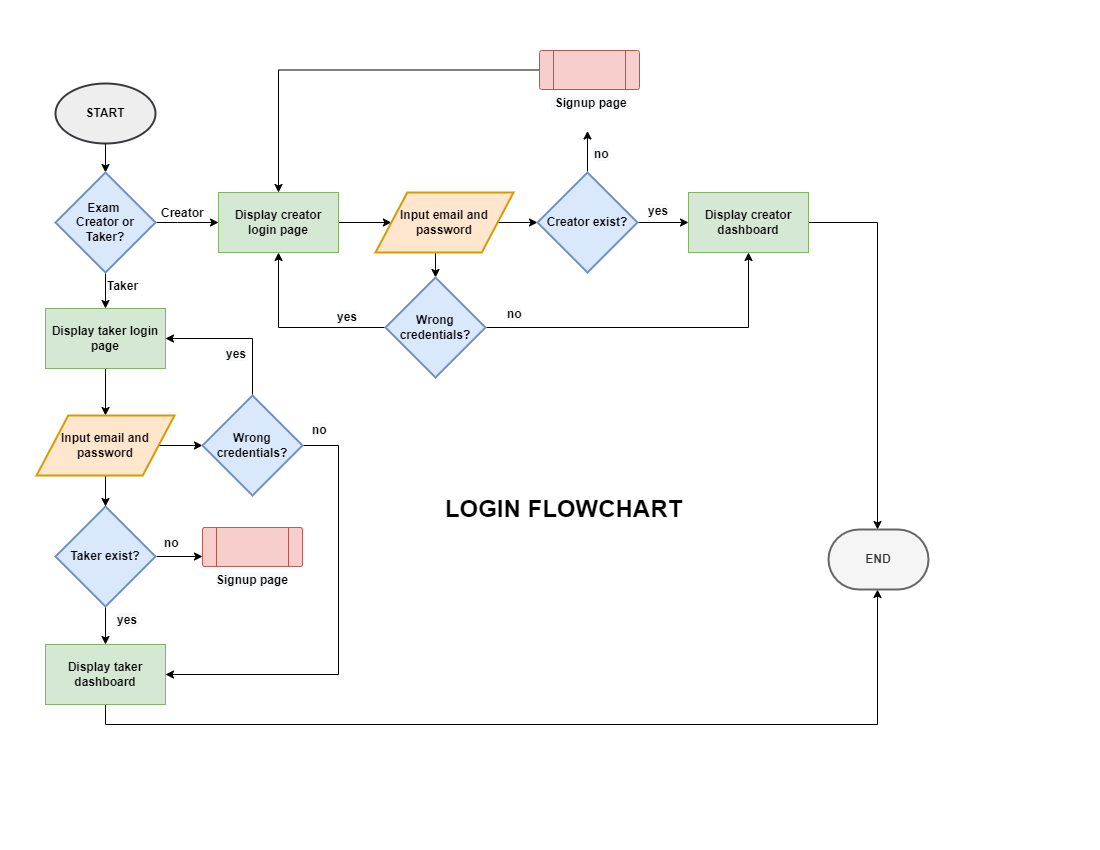
Earlier version of the draw.io export Gallardo/OnlineExam/Online exam flowchart-LOGIN FLOWCHART.drawio (1).png (walteribloguintoledo/PUP2022). Source tidied: cells renumbered, new cells last; positions are measured from the earlier drawing's top-left corner, leaving out a move shared by most shapes.
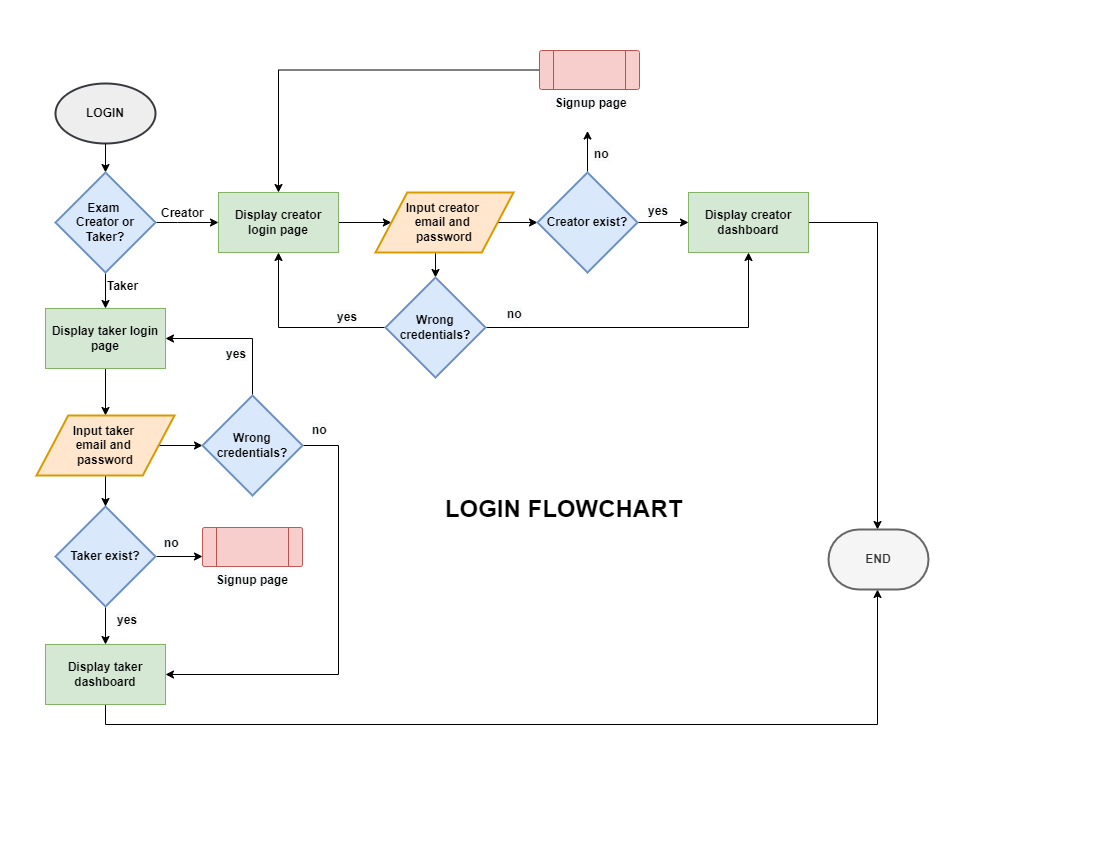
The same diagram one commit later.

Change to the diagram source:
```diff
@@ -2,7 +2,7 @@
   <root>
     <mxCell id="0" />
     <mxCell id="1" parent="0" />
-    <mxCell id="2" value="&lt;b&gt;START&lt;/b&gt;" style="strokeWidth=2;html=1;shape=mxgraph.flowchart.start_1;whiteSpace=wrap;fillColor=#eeeeee;strokeColor=#36393d;" parent="1" vertex="1">
+    <mxCell id="2" value="&lt;b&gt;LOGIN&lt;/b&gt;" style="strokeWidth=2;html=1;shape=mxgraph.flowchart.start_1;whiteSpace=wrap;fillColor=#eeeeee;strokeColor=#36393d;" parent="1" vertex="1">
       <mxGeometry x="19" y="33" width="100" height="60" as="geometry" />
     </mxCell>
     <mxCell id="3" style="endArrow=classic;html=1;rounded=0;exitX=0.5;exitY=1;exitDx=0;exitDy=0;exitPerimeter=0;entryX=0.5;entryY=0;entryDx=0;entryDy=0;entryPerimeter=0;" parent="1" edge="1" source="2" target="6">
@@ -46,7 +46,7 @@
     <mxCell id="14" style="edgeStyle=orthogonalEdgeStyle;rounded=0;jettySize=auto;html=1;exitX=0.5;exitY=1;exitDx=0;exitDy=0;entryX=0.5;entryY=0;entryDx=0;entryDy=0;entryPerimeter=0;" parent="1" edge="1" source="15" target="25">
       <mxGeometry relative="1" as="geometry" />
     </mxCell>
-    <mxCell id="15" value="Input email and password" style="shape=parallelogram;html=1;strokeWidth=2;perimeter=parallelogramPerimeter;whiteSpace=wrap;rounded=1;arcSize=0;size=0.23;fontStyle=1;fillColor=#ffe6cc;strokeColor=#d79b00;" parent="1" vertex="1">
+    <mxCell id="15" value="Input creator &lt;br&gt;email and &lt;br&gt;password" style="shape=parallelogram;html=1;strokeWidth=2;perimeter=parallelogramPerimeter;whiteSpace=wrap;rounded=1;arcSize=0;size=0.23;fontStyle=1;fillColor=#ffe6cc;strokeColor=#d79b00;" parent="1" vertex="1">
       <mxGeometry x="339" y="142" width="138" height="60" as="geometry" />
     </mxCell>
     <mxCell id="16" style="edgeStyle=orthogonalEdgeStyle;rounded=0;jettySize=auto;html=1;exitX=1;exitY=0.5;exitDx=0;exitDy=0;exitPerimeter=0;" parent="1" edge="1" source="18" target="20">
@@ -106,7 +106,7 @@
     <mxCell id="32" style="edgeStyle=orthogonalEdgeStyle;rounded=0;jettySize=auto;html=1;exitX=1;exitY=0.5;exitDx=0;exitDy=0;entryX=0;entryY=0.5;entryDx=0;entryDy=0;entryPerimeter=0;" parent="1" edge="1" source="33" target="38">
       <mxGeometry relative="1" as="geometry" />
     </mxCell>
-    <mxCell id="33" value="Input email and password" style="shape=parallelogram;html=1;strokeWidth=2;perimeter=parallelogramPerimeter;whiteSpace=wrap;rounded=1;arcSize=0;size=0.23;fontStyle=1;fillColor=#ffe6cc;strokeColor=#d79b00;" parent="1" vertex="1">
+    <mxCell id="33" value="Input taker &lt;br&gt;email and &lt;br&gt;password" style="shape=parallelogram;html=1;strokeWidth=2;perimeter=parallelogramPerimeter;whiteSpace=wrap;rounded=1;arcSize=0;size=0.23;fontStyle=1;fillColor=#ffe6cc;strokeColor=#d79b00;" parent="1" vertex="1">
       <mxGeometry y="365" width="138" height="60" as="geometry" />
     </mxCell>
     <mxCell id="34" style="edgeStyle=orthogonalEdgeStyle;rounded=0;jettySize=auto;html=1;exitX=0.5;exitY=1;exitDx=0;exitDy=0;entryX=0.5;entryY=1;entryDx=0;entryDy=0;entryPerimeter=0;" parent="1" edge="1" source="35">
```
